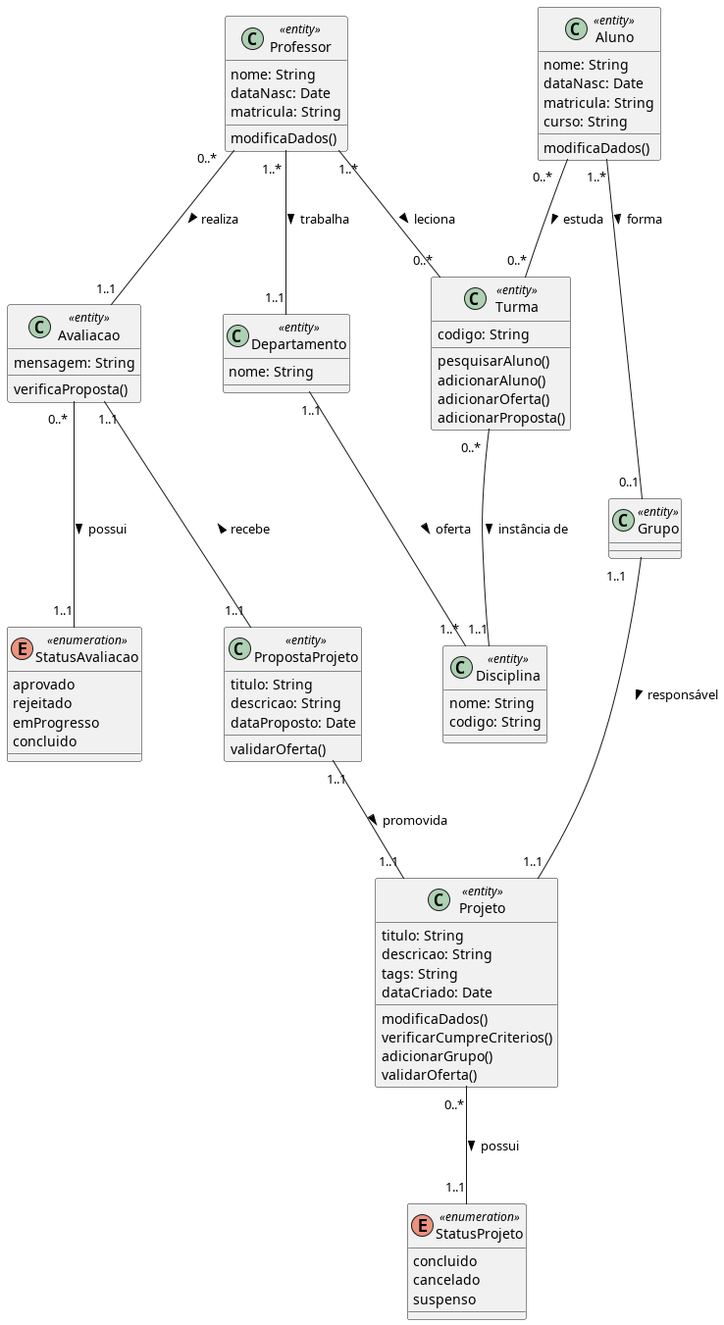
Before: diagramas/classe_projeto/base.png, a diagram exported from PlantUML (Pedro-V/projetorium).
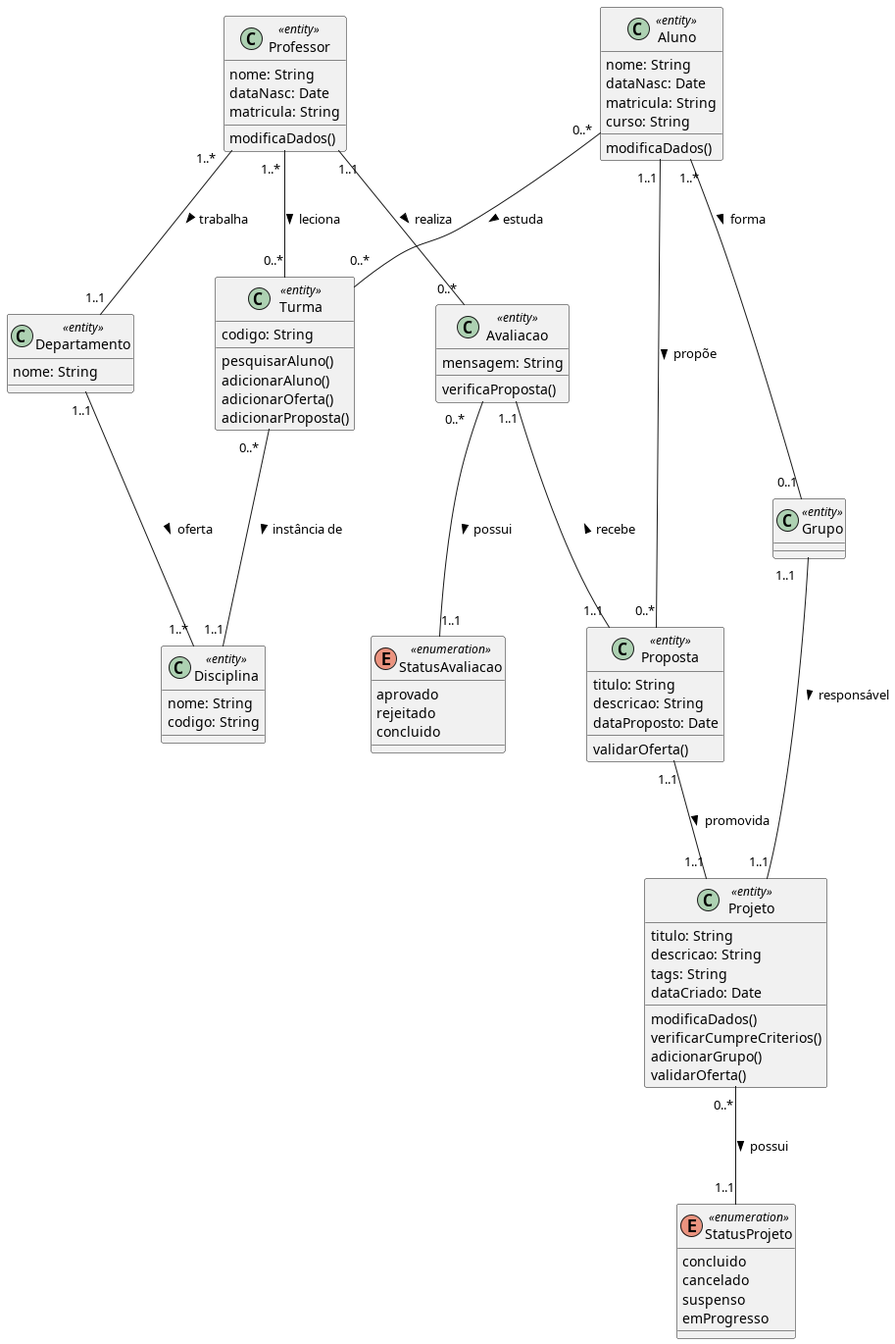
After the change.

Change to the diagram source:
```diff
@@ -41,6 +41,7 @@
   concluido
   cancelado
   suspenso
+  emProgresso
 }
 !endsub
 
@@ -57,8 +58,8 @@
 }
 !endsub
 
-!startsub PropostaProjeto
-class PropostaProjeto <<entity>> {
+!startsub Proposta
+class Proposta <<entity>> {
   titulo: String
   descricao: String
   dataProposto: Date
@@ -87,24 +88,24 @@
 enum StatusAvaliacao <<enumeration>> {
   aprovado
   rejeitado
-  emProgresso
   concluido
 }
 !endsub
 
 Avaliacao "0..*" -- "1..1" StatusAvaliacao : possui >
-Avaliacao "1..1" -- "1..1" PropostaProjeto : recebe <
+Avaliacao "1..1" -- "1..1" Proposta : recebe <
 
-PropostaProjeto "1..1" -- "1..1" Projeto : promovida >
+Proposta "1..1" -- "1..1" Projeto : promovida >
 
 Aluno "1..*" -- "0..1" Grupo : forma >
 Aluno "0..*" -- "0..*" Turma : estuda >
+Aluno "1..1" -- "0..*" Proposta : propõe >
 
 Grupo "1..1" -- "1..1" Projeto : responsável >
 
 Professor "1..*" -- "1..1" Departamento : trabalha >
 Professor "1..*" -- "0..*" Turma : leciona >
-Professor "0..*" -- "1..1" Avaliacao : realiza >
+Professor "1..1" -- "0..*" Avaliacao : realiza >
 
 Departamento "1..1" -- "1..*" Disciplina : oferta >
 
```
